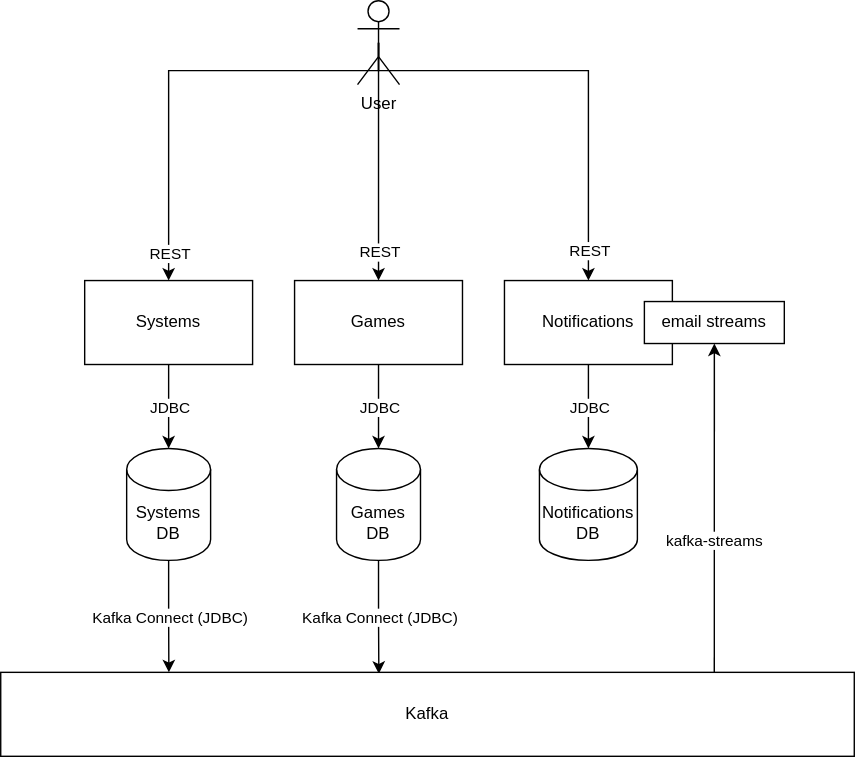
Before: .docs/images/architecture.svg, a diagram exported from draw.io (icoffiel/kafka-game). Source tidied: cells renumbered, new cells last; positions are measured from the earlier drawing's top-left corner, leaving out a move shared by most shapes.
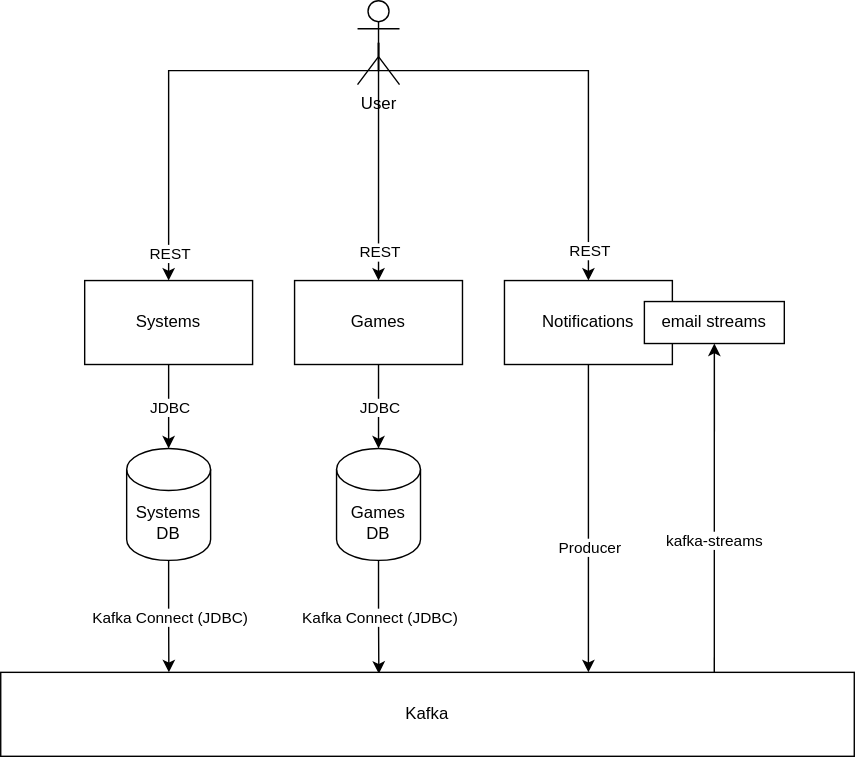
The same file after the commit.

Change to the diagram source:
```diff
@@ -89,18 +89,15 @@
         <mxPoint x="1" y="77" as="offset" />
       </mxGeometry>
     </mxCell>
-    <mxCell id="23" value="Notifications DB" style="shape=cylinder3;whiteSpace=wrap;html=1;boundedLbl=1;backgroundOutline=1;size=15;" parent="1" vertex="1">
-      <mxGeometry x="385" y="320" width="70" height="80" as="geometry" />
-    </mxCell>
-    <mxCell id="24" style="edgeStyle=orthogonalEdgeStyle;rounded=0;jettySize=auto;html=1;exitX=0.5;exitY=1;exitDx=0;exitDy=0;entryX=0.5;entryY=0;entryDx=0;entryDy=0;entryPerimeter=0;" parent="1" edge="1" source="20" target="23">
+    <mxCell id="24" style="edgeStyle=orthogonalEdgeStyle;rounded=0;jettySize=auto;html=1;exitX=0.5;exitY=1;exitDx=0;exitDy=0;" parent="1" edge="1" source="20" target="19">
       <mxGeometry relative="1" as="geometry">
         <Array as="points">
-          <mxPoint x="420" y="290" />
-          <mxPoint x="420" y="290" />
+          <mxPoint x="420" y="420" />
+          <mxPoint x="420" y="420" />
         </Array>
       </mxGeometry>
     </mxCell>
-    <mxCell id="25" value="JDBC" style="edgeLabel;html=1;align=center;verticalAlign=middle;" parent="24" vertex="1">
+    <mxCell id="25" value="Producer" style="edgeLabel;html=1;align=center;verticalAlign=middle;" parent="24" vertex="1">
       <mxGeometry x="0.26" relative="1" as="geometry">
         <mxPoint y="-8" as="offset" />
       </mxGeometry>
```
